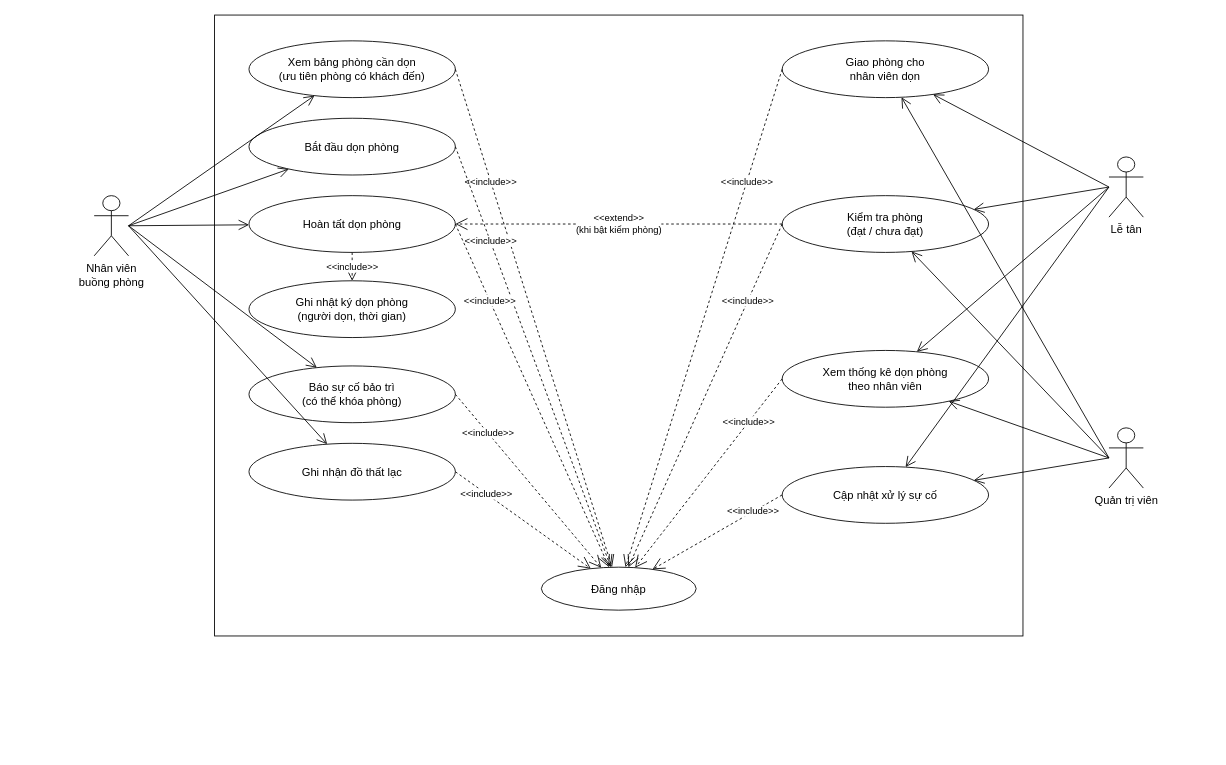
Above: docs/use-case/phan-ra/uc6-don-kiem-phong.drawio in ngynquchn2511/beach-hotel (draw.io), before the change. Source tidied: cells renumbered, new cells numbered last; positions are measured from the earlier drawing's top-left corner, leaving out a move shared by most shapes. Both pictures are drawn from the tidied source at 86%, with x=0, y=0 at pixel (94, 15).
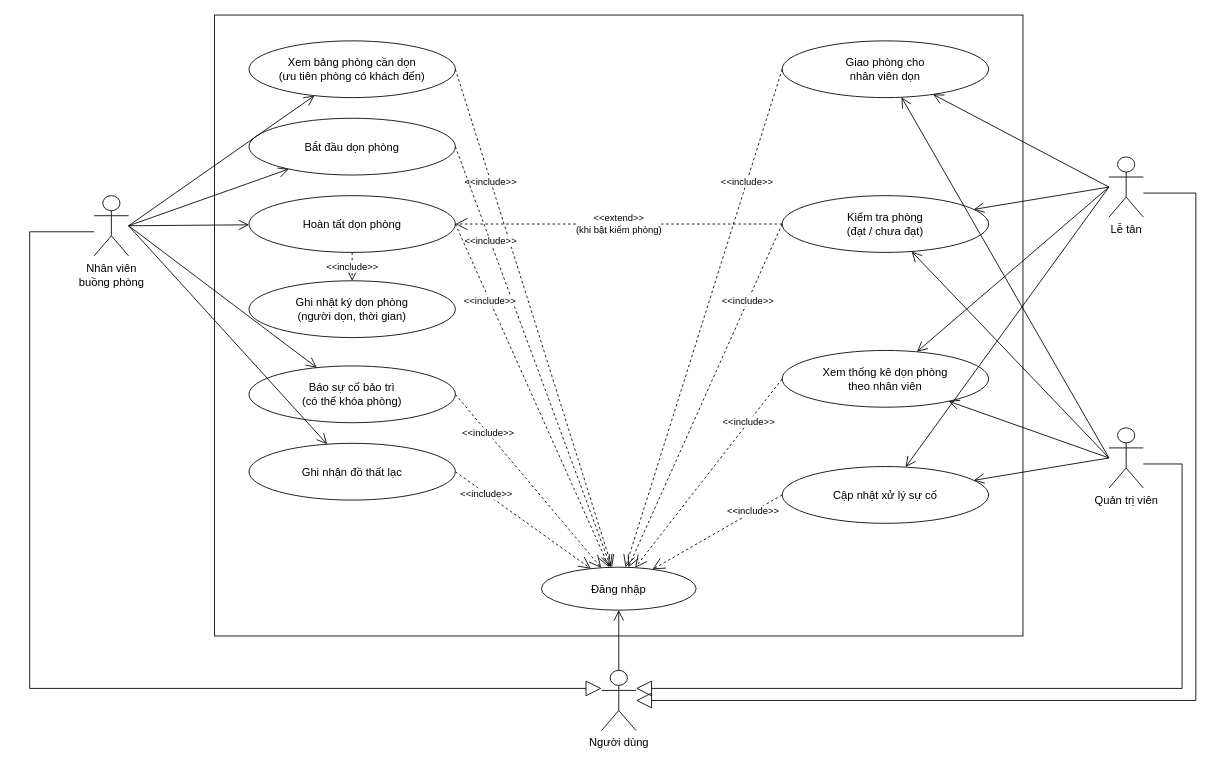
Above is the later version.

The change refers to these unchanged cells:
```xml
<mxCell id="13" value="Đăng nhập" style="ellipse;whiteSpace=wrap;html=1;fillColor=#FFFFFF;strokeColor=#000000;fontSize=13;" parent="1" vertex="1">
  <mxGeometry x="520" y="642" width="180" height="50" as="geometry" />
</mxCell>
<mxCell id="14" value="Nhân viên&lt;br&gt;buồng phòng" style="shape=umlActor;verticalLabelPosition=bottom;verticalAlign=top;html=1;outlineConnect=0;fillColor=#FFFFFF;strokeColor=#000000;fontSize=13;" parent="1" vertex="1">
  <mxGeometry y="210" width="40" height="70" as="geometry" />
</mxCell>
<mxCell id="15" value="Lễ tân" style="shape=umlActor;verticalLabelPosition=bottom;verticalAlign=top;html=1;outlineConnect=0;fillColor=#FFFFFF;strokeColor=#000000;fontSize=13;" parent="1" vertex="1">
  <mxGeometry x="1180" y="165" width="40" height="70" as="geometry" />
</mxCell>
<mxCell id="16" value="Quản trị viên" style="shape=umlActor;verticalLabelPosition=bottom;verticalAlign=top;html=1;outlineConnect=0;fillColor=#FFFFFF;strokeColor=#000000;fontSize=13;" parent="1" vertex="1">
  <mxGeometry x="1180" y="480" width="40" height="70" as="geometry" />
</mxCell>
```

Diff of the diagram source:
```diff
@@
+    <mxCell id="41" value="Người dùng" style="shape=umlActor;verticalLabelPosition=bottom;verticalAlign=top;html=1;outlineConnect=0;fillColor=#FFFFFF;strokeColor=#000000;fontSize=13;" parent="1" vertex="1">
+      <mxGeometry x="590" y="762" width="40" height="70" as="geometry" />
+    </mxCell>
+    <mxCell id="42" style="endArrow=open;endSize=10;html=1;rounded=0;strokeColor=#000000;exitX=0.5;exitY=0;exitDx=0;exitDy=0;exitPerimeter=0;" parent="1" edge="1" source="41" target="13">
+      <mxGeometry relative="1" as="geometry" />
+    </mxCell>
+    <mxCell id="43" style="endArrow=block;endSize=16;endFill=0;html=1;rounded=0;strokeColor=#000000;exitX=0;exitY=0.6;exitDx=0;exitDy=0;exitPerimeter=0;entryX=0;entryY=0.3;entryDx=0;entryDy=0;entryPerimeter=0;" parent="1" edge="1" source="14" target="41">
+      <mxGeometry relative="1" as="geometry">
+        <Array as="points">
+          <mxPoint x="-75" y="252" />
+          <mxPoint x="-75" y="783" />
+        </Array>
+      </mxGeometry>
+    </mxCell>
+    <mxCell id="44" style="endArrow=block;endSize=16;endFill=0;html=1;rounded=0;strokeColor=#000000;exitX=1;exitY=0.6;exitDx=0;exitDy=0;exitPerimeter=0;entryX=1;entryY=0.3;entryDx=0;entryDy=0;entryPerimeter=0;" parent="1" edge="1" source="16" target="41">
+      <mxGeometry relative="1" as="geometry">
+        <Array as="points">
+          <mxPoint x="1265" y="522" />
+          <mxPoint x="1265" y="783" />
+        </Array>
+      </mxGeometry>
+    </mxCell>
+    <mxCell id="45" style="endArrow=block;endSize=16;endFill=0;html=1;rounded=0;strokeColor=#000000;exitX=1;exitY=0.6;exitDx=0;exitDy=0;exitPerimeter=0;entryX=1;entryY=0.5;entryDx=0;entryDy=0;entryPerimeter=0;" parent="1" edge="1" source="15" target="41">
+      <mxGeometry relative="1" as="geometry">
+        <Array as="points">
+          <mxPoint x="1281" y="207" />
+          <mxPoint x="1281" y="797" />
+        </Array>
+      </mxGeometry>
+    </mxCell>
```
